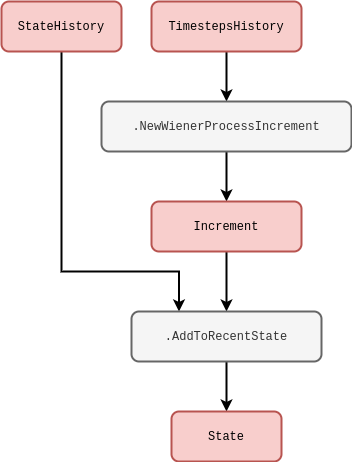
umbralcalc/umbralcalc.github.io keeps this draw.io diagram as assets/stochadexI/stochadexI-wiener-process.drawio.png. Above is the earlier version. Source tidied: cells renumbered, new cells last; positions are measured from the earlier drawing's top-left corner, leaving out a move shared by most shapes.
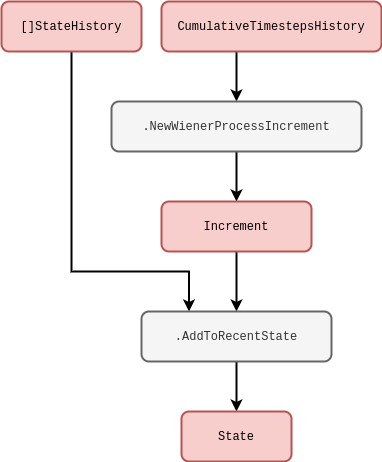
After the commit.

The edit, as a diff of the source:
```diff
@@ -2,28 +2,24 @@
   <root>
     <mxCell id="0" />
     <mxCell id="1" parent="0" />
-    <mxCell id="2" style="edgeStyle=orthogonalEdgeStyle;rounded=0;jettySize=auto;html=1;entryX=0.25;entryY=0;entryDx=0;entryDy=0;strokeWidth=2;" parent="1" edge="1" source="3" target="11">
+    <mxCell id="2" style="edgeStyle=orthogonalEdgeStyle;rounded=0;jettySize=auto;html=1;entryX=0.25;entryY=0;entryDx=0;entryDy=0;strokeWidth=2;" parent="1" edge="1" target="11">
       <mxGeometry relative="1" as="geometry">
+        <mxPoint x="60" y="50" as="sourcePoint" />
         <Array as="points">
           <mxPoint x="60" y="270" />
           <mxPoint x="178" y="270" />
         </Array>
       </mxGeometry>
     </mxCell>
-    <mxCell id="3" value="&lt;font face=&quot;Courier New&quot;&gt;StateHistory&lt;/font&gt;" style="rounded=1;whiteSpace=wrap;html=1;strokeWidth=2;fillColor=#f8cecc;strokeColor=#b85450;" parent="1" vertex="1">
-      <mxGeometry width="120" height="50" as="geometry" />
-    </mxCell>
-    <mxCell id="4" style="edgeStyle=orthogonalEdgeStyle;rounded=0;jettySize=auto;html=1;strokeWidth=2;entryX=0.5;entryY=0;entryDx=0;entryDy=0;" parent="1" edge="1" source="5" target="7">
+    <mxCell id="4" style="edgeStyle=orthogonalEdgeStyle;rounded=0;jettySize=auto;html=1;strokeWidth=2;entryX=0.5;entryY=0;entryDx=0;entryDy=0;" parent="1" edge="1" target="7">
       <mxGeometry relative="1" as="geometry">
+        <mxPoint x="225" y="50" as="sourcePoint" />
         <Array as="points">
           <mxPoint x="225" y="90" />
           <mxPoint x="225" y="90" />
         </Array>
       </mxGeometry>
     </mxCell>
-    <mxCell id="5" value="&lt;font face=&quot;Courier New&quot;&gt;TimestepsHistory&lt;/font&gt;" style="rounded=1;whiteSpace=wrap;html=1;strokeWidth=2;fillColor=#f8cecc;strokeColor=#b85450;" parent="1" vertex="1">
-      <mxGeometry x="150" width="150" height="50" as="geometry" />
-    </mxCell>
     <mxCell id="6" style="edgeStyle=orthogonalEdgeStyle;rounded=0;jettySize=auto;html=1;strokeWidth=2;" parent="1" edge="1" source="7" target="9">
       <mxGeometry relative="1" as="geometry" />
     </mxCell>
@@ -45,5 +41,11 @@
     <mxCell id="12" value="&lt;font face=&quot;Courier New&quot;&gt;State&lt;/font&gt;" style="rounded=1;whiteSpace=wrap;html=1;strokeWidth=2;fillColor=#f8cecc;strokeColor=#b85450;" parent="1" vertex="1">
       <mxGeometry x="170" y="410" width="110" height="50" as="geometry" />
     </mxCell>
+    <mxCell id="13" value="&lt;font face=&quot;Courier New&quot;&gt;CumulativeTimestepsHistory&lt;/font&gt;" style="rounded=1;whiteSpace=wrap;html=1;strokeWidth=2;fillColor=#f8cecc;strokeColor=#b85450;" parent="1" vertex="1">
+      <mxGeometry x="150" width="220" height="50" as="geometry" />
+    </mxCell>
+    <mxCell id="14" value="&lt;font face=&quot;Courier New&quot;&gt;[]StateHistory&lt;/font&gt;" style="rounded=1;whiteSpace=wrap;html=1;strokeWidth=2;fillColor=#f8cecc;strokeColor=#b85450;" parent="1" vertex="1">
+      <mxGeometry x="-10" width="140" height="50" as="geometry" />
+    </mxCell>
   </root>
 </mxGraphModel>
```
